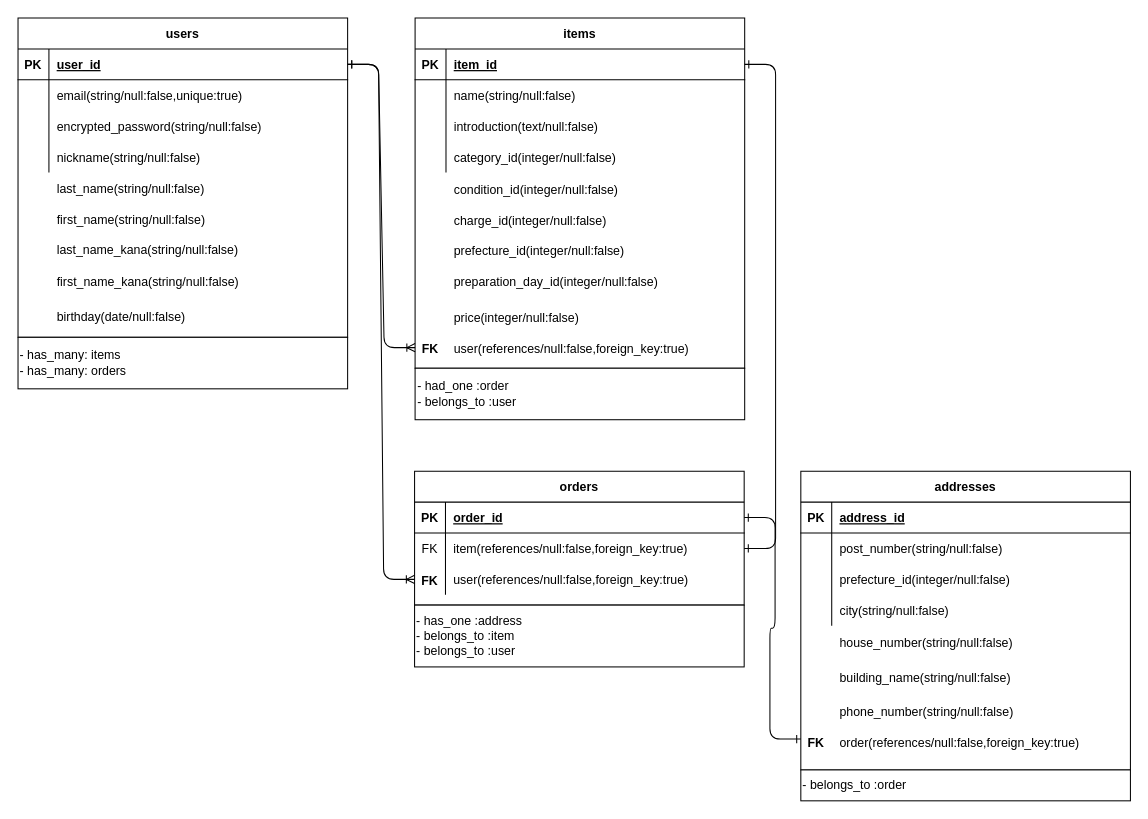
This is ER.dio from HIDEKAZU-YARITA/furima-32479, a draw.io file, before an edit. Source tidied: cells renumbered, new cells numbered last; positions are measured from the earlier drawing's top-left corner, leaving out a move shared by most shapes. Both pictures are drawn from the tidied source at 103%, with x=0, y=0 at pixel (18, 18).
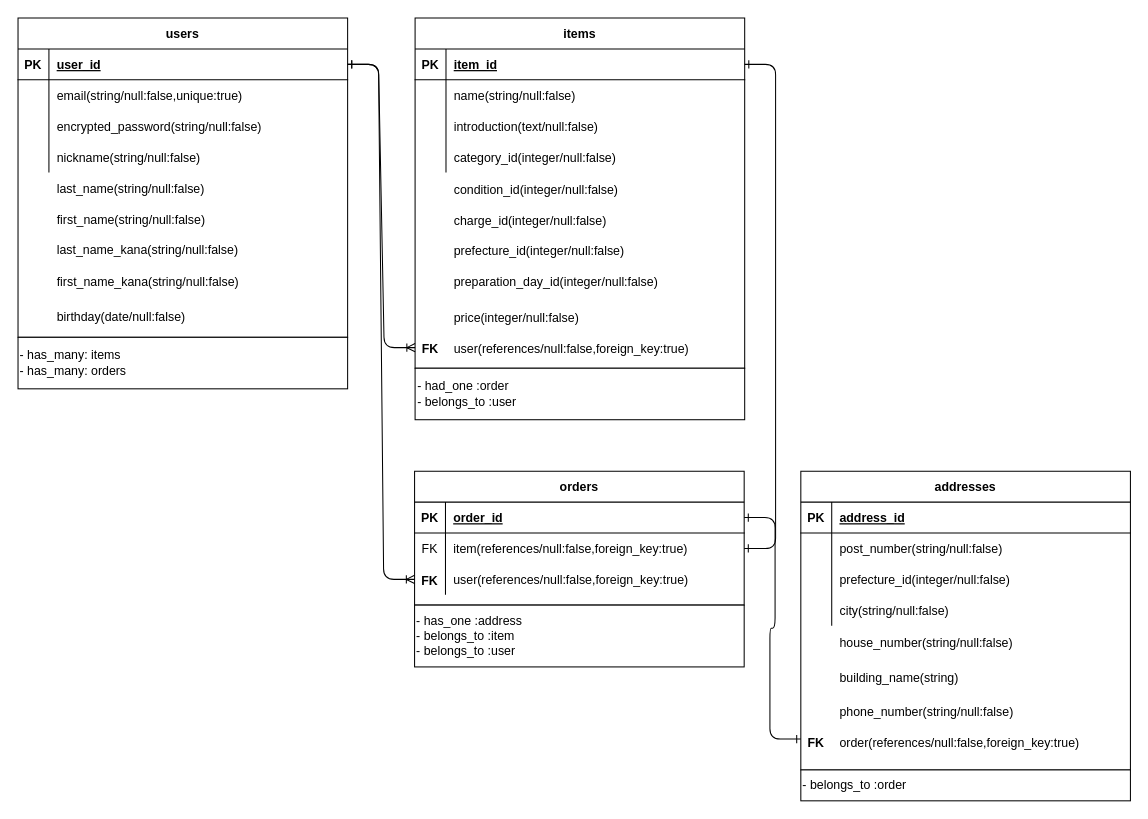
After the change.

The edit, as a diff of the source:
```diff
@@
-    <mxCell id="15" value="building_name(string/null:false)" style="shape=partialRectangle;fillColor=none;top=0;left=0;bottom=0;right=0;align=left;spacingLeft=6;overflow=hidden;" parent="1" vertex="1">
+    <mxCell id="15" value="building_name(string)" style="shape=partialRectangle;fillColor=none;top=0;left=0;bottom=0;right=0;align=left;spacingLeft=6;overflow=hidden;" parent="1" vertex="1">
       <mxGeometry x="790" y="625" width="290" height="30" as="geometry" />
     </mxCell>
```
